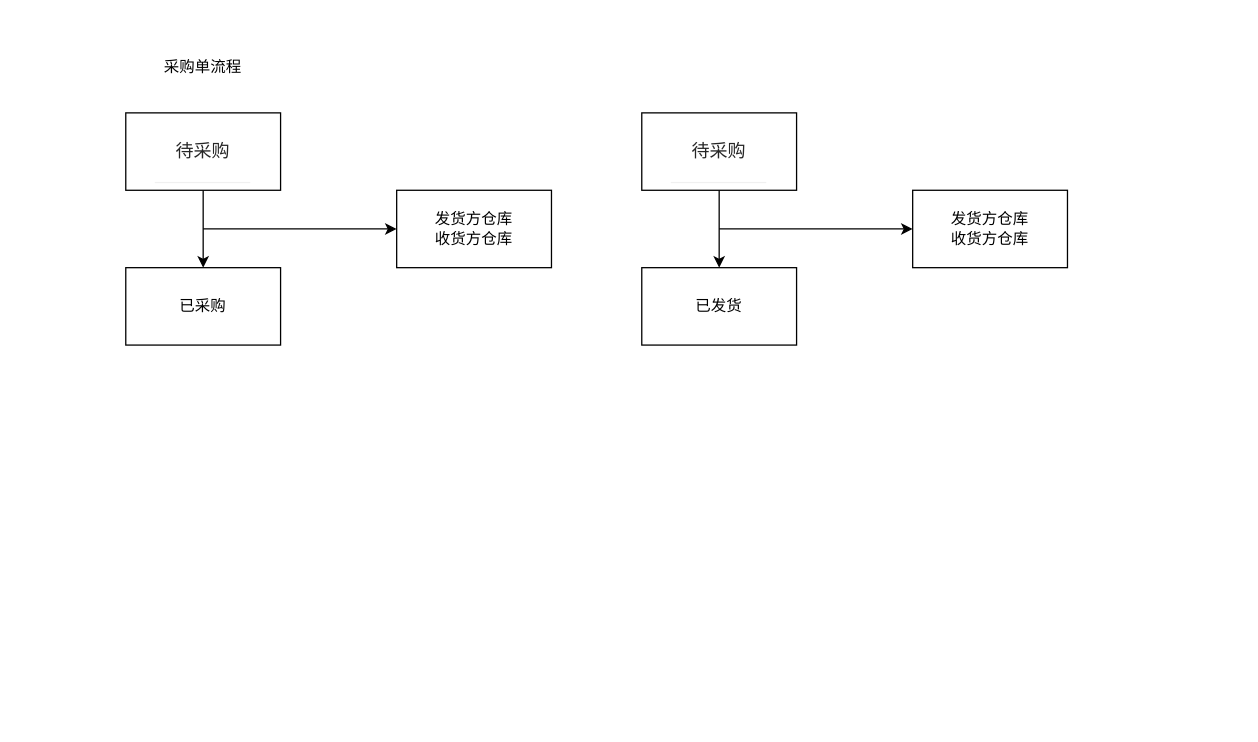
This is 未命名绘图.drawio from SoulBiuBiuBiu/assets, a draw.io file, before an edit. Source tidied: cells renumbered, new cells numbered last; positions are measured from the earlier drawing's top-left corner, leaving out a move shared by most shapes. Both pictures are drawn from the tidied source at 129%, with x=0, y=0 at pixel (125, 48).
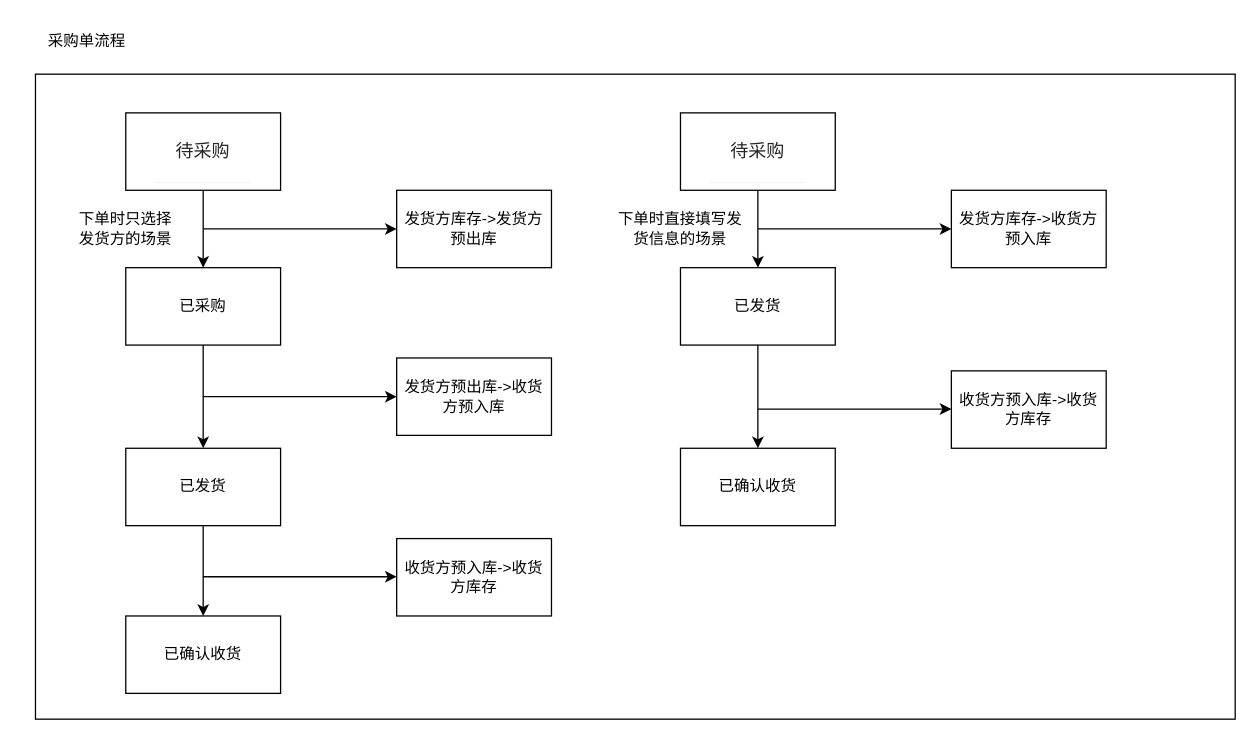
The same page after the edit.

Commit message:
采购单流程.drawio

The change refers to these unchanged cells:
```xml
<mxCell id="4" value="已采购" style="rounded=0;whiteSpace=wrap;html=1;" parent="1" vertex="1">
  <mxGeometry y="170" width="120" height="60" as="geometry" />
</mxCell>
```

Change to the diagram source:
```diff
@@
+    <mxCell id="13" style="rounded=0;whiteSpace=wrap;html=1;" parent="1" vertex="1">
+      <mxGeometry x="-70" y="20" width="930" height="500" as="geometry" />
+    </mxCell>
@@
+    <mxCell id="14" style="edgeStyle=orthogonalEdgeStyle;rounded=0;jettySize=auto;html=1;" parent="1" edge="1" source="4" target="17">
+      <mxGeometry relative="1" as="geometry" />
+    </mxCell>
@@
     <mxCell id="5" value="采购单流程" style="text;html=1;strokeColor=none;fillColor=none;align=center;verticalAlign=middle;whiteSpace=wrap;rounded=0;" parent="1" vertex="1">
-      <mxGeometry x="10" width="100" height="30" as="geometry" />
+      <mxGeometry x="-80" y="-20" width="100" height="30" as="geometry" />
     </mxCell>
-    <mxCell id="6" value="发货方仓库&lt;br&gt;收货方仓库" style="rounded=0;whiteSpace=wrap;html=1;" parent="1" vertex="1">
+    <mxCell id="6" value="发货方库存-&amp;gt;发货方&lt;br&gt;预出库" style="rounded=0;whiteSpace=wrap;html=1;" parent="1" vertex="1">
       <mxGeometry x="210" y="110" width="120" height="60" as="geometry" />
     </mxCell>
@@
     <mxCell id="9" value="&lt;table style=&quot;width: max-content; text-align: left; border-radius: 2px 2px 0px 0px; border-spacing: 0px; color: rgba(0, 0, 0, 0.85); font-family: -apple-system, &amp;quot;system-ui&amp;quot;, &amp;quot;Segoe UI&amp;quot;, Roboto, Oxygen, Ubuntu, Cantarell, &amp;quot;Fira Sans&amp;quot;, &amp;quot;Droid Sans&amp;quot;, &amp;quot;Helvetica Neue&amp;quot;, sans-serif; font-size: 14px; background-color: rgb(255, 255, 255); min-width: 100%; table-layout: auto;&quot;&gt;&lt;tbody style=&quot;box-sizing: border-box;&quot; class=&quot;ant-table-tbody&quot;&gt;&lt;tr style=&quot;box-sizing: border-box;&quot; class=&quot;ant-table-row ant-table-row-level-0&quot;&gt;&lt;td style=&quot;box-sizing: border-box; position: relative; padding: 16px; overflow-wrap: break-word; border-bottom: 1px solid rgb(240, 240, 240); transition: background 0.3s ease 0s;&quot; class=&quot;ant-table-cell&quot;&gt;&lt;div style=&quot;box-sizing: border-box; flex-flow: wrap; min-width: 0px; display: flex;&quot; class=&quot;ant-row&quot;&gt;&lt;div style=&quot;box-sizing: border-box; position: relative; max-width: 100%; min-height: 1px; flex: 0 0 100%;&quot; class=&quot;ant-col ant-col-24&quot;&gt;待采购&lt;/div&gt;&lt;div&gt;&lt;span style=&quot;box-sizing: border-box; word-break: break-word;&quot; class=&quot;ant-typography&quot;&gt;&lt;br&gt;&lt;/span&gt;&lt;/div&gt;&lt;/div&gt;&lt;/td&gt;&lt;/tr&gt;&lt;/tbody&gt;&lt;/table&gt;" style="rounded=0;whiteSpace=wrap;html=1;" parent="1" vertex="1">
-      <mxGeometry x="400" y="50" width="120" height="60" as="geometry" />
+      <mxGeometry x="430" y="50" width="120" height="60" as="geometry" />
     </mxCell>
+    <mxCell id="15" style="edgeStyle=orthogonalEdgeStyle;rounded=0;jettySize=auto;html=1;exitX=0.5;exitY=1;exitDx=0;exitDy=0;entryX=0.5;entryY=0;entryDx=0;entryDy=0;" parent="1" edge="1" source="10" target="23">
+      <mxGeometry relative="1" as="geometry" />
+    </mxCell>
     <mxCell id="10" value="已发货" style="rounded=0;whiteSpace=wrap;html=1;" parent="1" vertex="1">
-      <mxGeometry x="400" y="170" width="120" height="60" as="geometry" />
+      <mxGeometry x="430" y="170" width="120" height="60" as="geometry" />
     </mxCell>
-    <mxCell id="11" value="发货方仓库&lt;br&gt;收货方仓库" style="rounded=0;whiteSpace=wrap;html=1;" parent="1" vertex="1">
-      <mxGeometry x="610" y="110" width="120" height="60" as="geometry" />
+    <mxCell id="11" value="发货方库存-&amp;gt;收货方预入库" style="rounded=0;whiteSpace=wrap;html=1;" parent="1" vertex="1">
+      <mxGeometry x="640" y="110" width="120" height="60" as="geometry" />
     </mxCell>
     <mxCell id="12" style="endArrow=classic;html=1;rounded=0;entryX=0;entryY=0.5;entryDx=0;entryDy=0;" parent="1" edge="1" target="11">
       <mxGeometry relative="1" as="geometry">
-        <mxPoint x="460" y="140" as="sourcePoint" />
+        <mxPoint x="490" y="140" as="sourcePoint" />
       </mxGeometry>
     </mxCell>
+    <mxCell id="16" style="edgeStyle=orthogonalEdgeStyle;rounded=0;jettySize=auto;html=1;exitX=0.5;exitY=1;exitDx=0;exitDy=0;" parent="1" edge="1" source="17" target="20">
+      <mxGeometry relative="1" as="geometry" />
+    </mxCell>
+    <mxCell id="17" value="已发货" style="rounded=0;whiteSpace=wrap;html=1;" parent="1" vertex="1">
+      <mxGeometry y="310" width="120" height="60" as="geometry" />
+    </mxCell>
+    <mxCell id="18" value="发货方预出库-&amp;gt;收货方预入库" style="rounded=0;whiteSpace=wrap;html=1;" parent="1" vertex="1">
+      <mxGeometry x="210" y="240" width="120" height="60" as="geometry" />
+    </mxCell>
+    <mxCell id="19" style="endArrow=classic;html=1;rounded=0;entryX=0;entryY=0.5;entryDx=0;entryDy=0;" parent="1" edge="1" target="18">
+      <mxGeometry relative="1" as="geometry">
+        <mxPoint x="60" y="270" as="sourcePoint" />
+      </mxGeometry>
+    </mxCell>
+    <mxCell id="20" value="已确认收货" style="rounded=0;whiteSpace=wrap;html=1;" parent="1" vertex="1">
+      <mxGeometry y="440" width="120" height="60" as="geometry" />
+    </mxCell>
+    <mxCell id="21" value="收货方预入库-&amp;gt;收货方库存" style="rounded=0;whiteSpace=wrap;html=1;" parent="1" vertex="1">
+      <mxGeometry x="210" y="380" width="120" height="60" as="geometry" />
+    </mxCell>
+    <mxCell id="22" style="endArrow=classic;html=1;rounded=0;entryX=0;entryY=0.5;entryDx=0;entryDy=0;" parent="1" edge="1">
+      <mxGeometry relative="1" as="geometry">
+        <mxPoint x="60" y="409.6" as="sourcePoint" />
+        <mxPoint x="210" y="409.6" as="targetPoint" />
+      </mxGeometry>
+    </mxCell>
+    <mxCell id="23" value="已确认收货" style="rounded=0;whiteSpace=wrap;html=1;" parent="1" vertex="1">
+      <mxGeometry x="430" y="310" width="120" height="60" as="geometry" />
+    </mxCell>
+    <mxCell id="24" value="收货方预入库-&amp;gt;收货方库存" style="rounded=0;whiteSpace=wrap;html=1;" parent="1" vertex="1">
+      <mxGeometry x="640" y="250" width="120" height="60" as="geometry" />
+    </mxCell>
+    <mxCell id="25" style="endArrow=classic;html=1;rounded=0;entryX=0;entryY=0.5;entryDx=0;entryDy=0;" parent="1" edge="1">
+      <mxGeometry relative="1" as="geometry">
+        <mxPoint x="490" y="279.6" as="sourcePoint" />
+        <mxPoint x="640" y="279.6" as="targetPoint" />
+      </mxGeometry>
+    </mxCell>
+    <mxCell id="26" value="下单时直接填写发货信息的场景" style="text;html=1;strokeColor=none;fillColor=none;align=center;verticalAlign=middle;whiteSpace=wrap;rounded=0;" parent="1" vertex="1">
+      <mxGeometry x="380" y="125" width="100" height="30" as="geometry" />
+    </mxCell>
+    <mxCell id="27" value="下单时只选择发货方的场景" style="text;html=1;strokeColor=none;fillColor=none;align=center;verticalAlign=middle;whiteSpace=wrap;rounded=0;" parent="1" vertex="1">
+      <mxGeometry x="-40" y="125" width="80" height="30" as="geometry" />
+    </mxCell>
```
